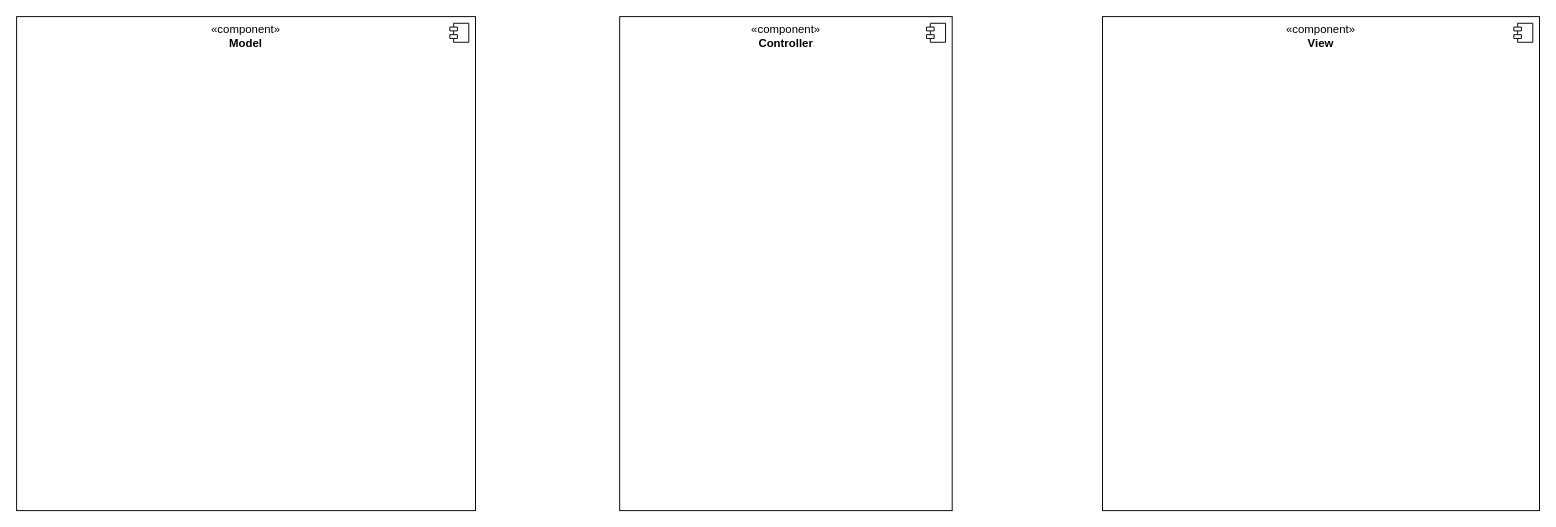
Before: Component UML.drawio in cloudvorkala/ECMS-StudyZone, a draw.io diagram. Source tidied: cells renumbered, new cells numbered last; positions are measured from the earlier drawing's top-left corner, leaving out a move shared by most shapes. Both pictures are drawn from the tidied source at 95%, with x=0, y=0 at pixel (16, 16).
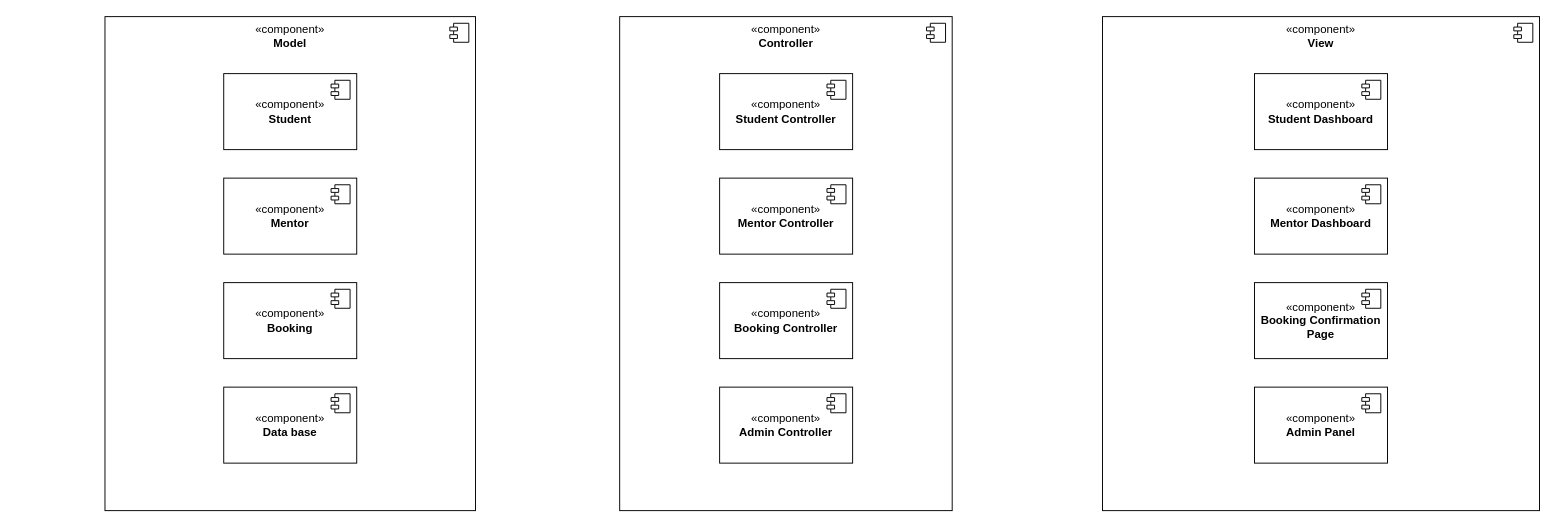
After the change.

What changed in the source:
```diff
@@
     <mxCell id="2" value="&lt;div&gt;&lt;span style=&quot;background-color: transparent; color: light-dark(rgb(0, 0, 0), rgb(255, 255, 255));&quot;&gt;«component»&lt;/span&gt;&lt;/div&gt;&lt;b&gt;Model&lt;/b&gt;" style="html=1;whiteSpace=wrap;labelPosition=center;verticalLabelPosition=middle;align=center;verticalAlign=top;" parent="1" vertex="1">
-      <mxGeometry width="483" height="520" as="geometry" />
+      <mxGeometry x="93" width="390" height="520" as="geometry" />
     </mxCell>
@@
+    <mxCell id="8" value="«component»&lt;br&gt;&lt;b&gt;Student&lt;/b&gt;" style="html=1;whiteSpace=wrap;" parent="1" vertex="1">
+      <mxGeometry x="218" y="60" width="140" height="80" as="geometry" />
+    </mxCell>
+    <mxCell id="9" style="shape=module;jettyWidth=8;jettyHeight=4;" parent="8" vertex="1">
+      <mxGeometry x="1" width="20" height="20" relative="1" as="geometry">
+        <mxPoint x="-27" y="7" as="offset" />
+      </mxGeometry>
+    </mxCell>
+    <mxCell id="10" value="«component»&lt;br&gt;&lt;b&gt;Mentor&lt;/b&gt;" style="html=1;whiteSpace=wrap;" parent="1" vertex="1">
+      <mxGeometry x="218" y="170" width="140" height="80" as="geometry" />
+    </mxCell>
+    <mxCell id="11" style="shape=module;jettyWidth=8;jettyHeight=4;" parent="10" vertex="1">
+      <mxGeometry x="1" width="20" height="20" relative="1" as="geometry">
+        <mxPoint x="-27" y="7" as="offset" />
+      </mxGeometry>
+    </mxCell>
+    <mxCell id="12" value="«component»&lt;br&gt;&lt;b&gt;Booking&lt;/b&gt;" style="html=1;whiteSpace=wrap;" parent="1" vertex="1">
+      <mxGeometry x="218" y="280" width="140" height="80" as="geometry" />
+    </mxCell>
+    <mxCell id="13" style="shape=module;jettyWidth=8;jettyHeight=4;" parent="12" vertex="1">
+      <mxGeometry x="1" width="20" height="20" relative="1" as="geometry">
+        <mxPoint x="-27" y="7" as="offset" />
+      </mxGeometry>
+    </mxCell>
+    <mxCell id="14" value="«component»&lt;br&gt;&lt;b&gt;Data base&lt;/b&gt;" style="html=1;whiteSpace=wrap;" parent="1" vertex="1">
+      <mxGeometry x="218" y="390" width="140" height="80" as="geometry" />
+    </mxCell>
+    <mxCell id="15" style="shape=module;jettyWidth=8;jettyHeight=4;" parent="14" vertex="1">
+      <mxGeometry x="1" width="20" height="20" relative="1" as="geometry">
+        <mxPoint x="-27" y="7" as="offset" />
+      </mxGeometry>
+    </mxCell>
+    <mxCell id="16" value="«component»&lt;br&gt;&lt;b&gt;Student Dashboard&lt;/b&gt;" style="html=1;whiteSpace=wrap;" parent="1" vertex="1">
+      <mxGeometry x="1303" y="60" width="140" height="80" as="geometry" />
+    </mxCell>
+    <mxCell id="17" style="shape=module;jettyWidth=8;jettyHeight=4;" parent="16" vertex="1">
+      <mxGeometry x="1" width="20" height="20" relative="1" as="geometry">
+        <mxPoint x="-27" y="7" as="offset" />
+      </mxGeometry>
+    </mxCell>
+    <mxCell id="18" value="«component»&lt;br&gt;&lt;b&gt;Mentor Dashboard&lt;/b&gt;" style="html=1;whiteSpace=wrap;" parent="1" vertex="1">
+      <mxGeometry x="1303" y="170" width="140" height="80" as="geometry" />
+    </mxCell>
+    <mxCell id="19" style="shape=module;jettyWidth=8;jettyHeight=4;" parent="18" vertex="1">
+      <mxGeometry x="1" width="20" height="20" relative="1" as="geometry">
+        <mxPoint x="-27" y="7" as="offset" />
+      </mxGeometry>
+    </mxCell>
+    <mxCell id="20" value="«component»&lt;br&gt;&lt;b&gt;Booking Confirmation Page&lt;/b&gt;" style="html=1;whiteSpace=wrap;" parent="1" vertex="1">
+      <mxGeometry x="1303" y="280" width="140" height="80" as="geometry" />
+    </mxCell>
+    <mxCell id="21" style="shape=module;jettyWidth=8;jettyHeight=4;" parent="20" vertex="1">
+      <mxGeometry x="1" width="20" height="20" relative="1" as="geometry">
+        <mxPoint x="-27" y="7" as="offset" />
+      </mxGeometry>
+    </mxCell>
+    <mxCell id="22" value="«component»&lt;br&gt;&lt;b&gt;Admin Panel&lt;/b&gt;" style="html=1;whiteSpace=wrap;" parent="1" vertex="1">
+      <mxGeometry x="1303" y="390" width="140" height="80" as="geometry" />
+    </mxCell>
+    <mxCell id="23" style="shape=module;jettyWidth=8;jettyHeight=4;" parent="22" vertex="1">
+      <mxGeometry x="1" width="20" height="20" relative="1" as="geometry">
+        <mxPoint x="-27" y="7" as="offset" />
+      </mxGeometry>
+    </mxCell>
+    <mxCell id="24" value="«component»&lt;br&gt;&lt;b&gt;Student Controller&lt;/b&gt;" style="html=1;whiteSpace=wrap;" parent="1" vertex="1">
+      <mxGeometry x="740" y="60" width="140" height="80" as="geometry" />
+    </mxCell>
+    <mxCell id="25" style="shape=module;jettyWidth=8;jettyHeight=4;" parent="24" vertex="1">
+      <mxGeometry x="1" width="20" height="20" relative="1" as="geometry">
+        <mxPoint x="-27" y="7" as="offset" />
+      </mxGeometry>
+    </mxCell>
+    <mxCell id="26" value="«component»&lt;br&gt;&lt;b&gt;Mentor Controller&lt;/b&gt;" style="html=1;whiteSpace=wrap;" parent="1" vertex="1">
+      <mxGeometry x="740" y="170" width="140" height="80" as="geometry" />
+    </mxCell>
+    <mxCell id="27" style="shape=module;jettyWidth=8;jettyHeight=4;" parent="26" vertex="1">
+      <mxGeometry x="1" width="20" height="20" relative="1" as="geometry">
+        <mxPoint x="-27" y="7" as="offset" />
+      </mxGeometry>
+    </mxCell>
+    <mxCell id="28" value="«component»&lt;br&gt;&lt;b&gt;Booking Controller&lt;/b&gt;" style="html=1;whiteSpace=wrap;" parent="1" vertex="1">
+      <mxGeometry x="740" y="280" width="140" height="80" as="geometry" />
+    </mxCell>
+    <mxCell id="29" style="shape=module;jettyWidth=8;jettyHeight=4;" parent="28" vertex="1">
+      <mxGeometry x="1" width="20" height="20" relative="1" as="geometry">
+        <mxPoint x="-27" y="7" as="offset" />
+      </mxGeometry>
+    </mxCell>
+    <mxCell id="30" value="«component»&lt;br&gt;&lt;b&gt;Admin Controller&lt;/b&gt;" style="html=1;whiteSpace=wrap;" parent="1" vertex="1">
+      <mxGeometry x="740" y="390" width="140" height="80" as="geometry" />
+    </mxCell>
+    <mxCell id="31" style="shape=module;jettyWidth=8;jettyHeight=4;" parent="30" vertex="1">
+      <mxGeometry x="1" width="20" height="20" relative="1" as="geometry">
+        <mxPoint x="-27" y="7" as="offset" />
+      </mxGeometry>
+    </mxCell>
```
